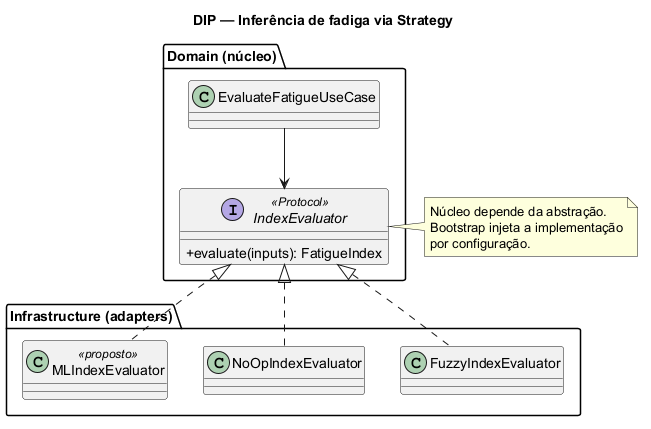
The PlantUML diagram docs/article-solid/diagrams/png/06-dip-index-evaluator.png in luixsouza/driver-fatigue-detector, before a commit.
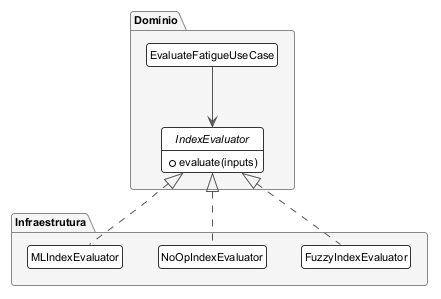
Later version of the same file.

Change to the diagram source:
```diff
@@ -1,33 +1,32 @@
 @startuml
-title DIP — Inferência de fadiga via Strategy
+!theme plain
+skinparam shadowing false
+skinparam roundCorner 6
+skinparam defaultFontName "Helvetica"
+skinparam defaultFontSize 11
+skinparam ArrowColor #555555
+skinparam ClassBackgroundColor #FFFFFF
+skinparam ClassBorderColor #333333
+skinparam PackageBackgroundColor #F5F5F5
+skinparam PackageBorderColor #888888
+hide circle
+hide empty members
 
-skinparam classAttributeIconSize 0
-skinparam shadowing false
-skinparam defaultFontName "Helvetica"
-
-package "Domain (núcleo)" {
-  interface IndexEvaluator <<Protocol>> {
-    +evaluate(inputs): FatigueIndex
+package "Domínio" {
+  interface IndexEvaluator {
+    +evaluate(inputs)
   }
   class EvaluateFatigueUseCase
 }
 
-package "Infrastructure (adapters)" {
+package "Infraestrutura" {
   class FuzzyIndexEvaluator
   class NoOpIndexEvaluator
-  class MLIndexEvaluator <<proposto>>
+  class MLIndexEvaluator
 }
 
 IndexEvaluator <|.. FuzzyIndexEvaluator
 IndexEvaluator <|.. NoOpIndexEvaluator
 IndexEvaluator <|.. MLIndexEvaluator
-
 EvaluateFatigueUseCase --> IndexEvaluator
-
-note right of IndexEvaluator
-  Núcleo depende da abstração.
-  Bootstrap injeta a implementação
-  por configuração.
-end note
-
 @enduml
```
